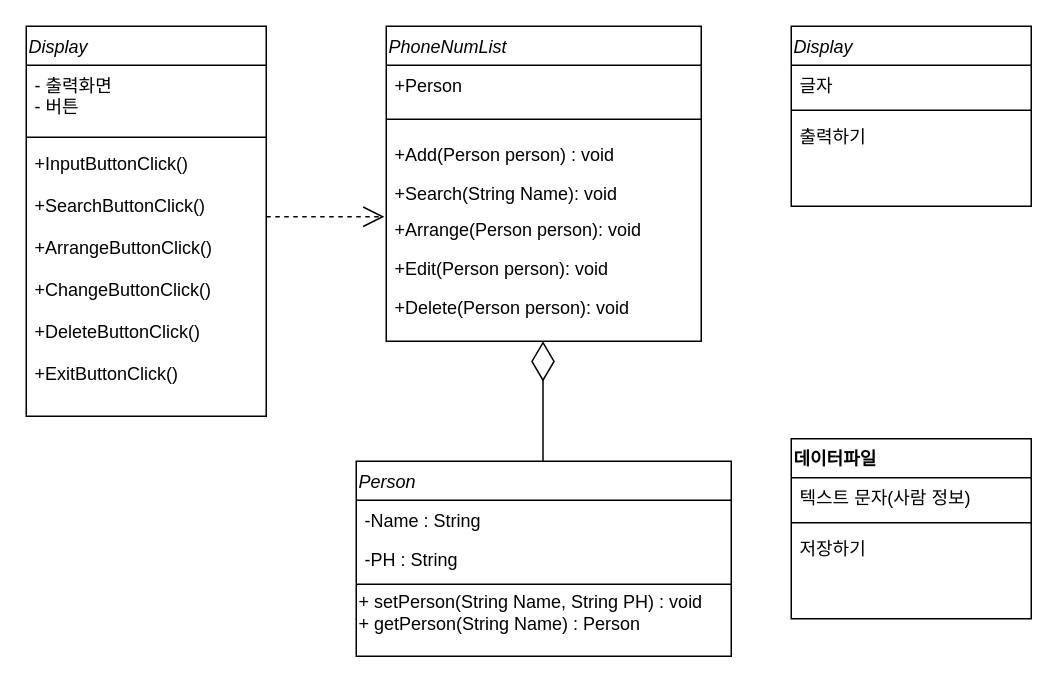
The draw.io diagram 순서도/전화번호부 클래스다이어그램_java.drawio in skatld123/PH_list_java, before the edit. Source tidied: cells renumbered, new cells numbered last; positions are measured from the earlier drawing's top-left corner, leaving out a move shared by most shapes. Both pictures are drawn from the tidied source at 150%, with x=0, y=0 at pixel (26, 26).
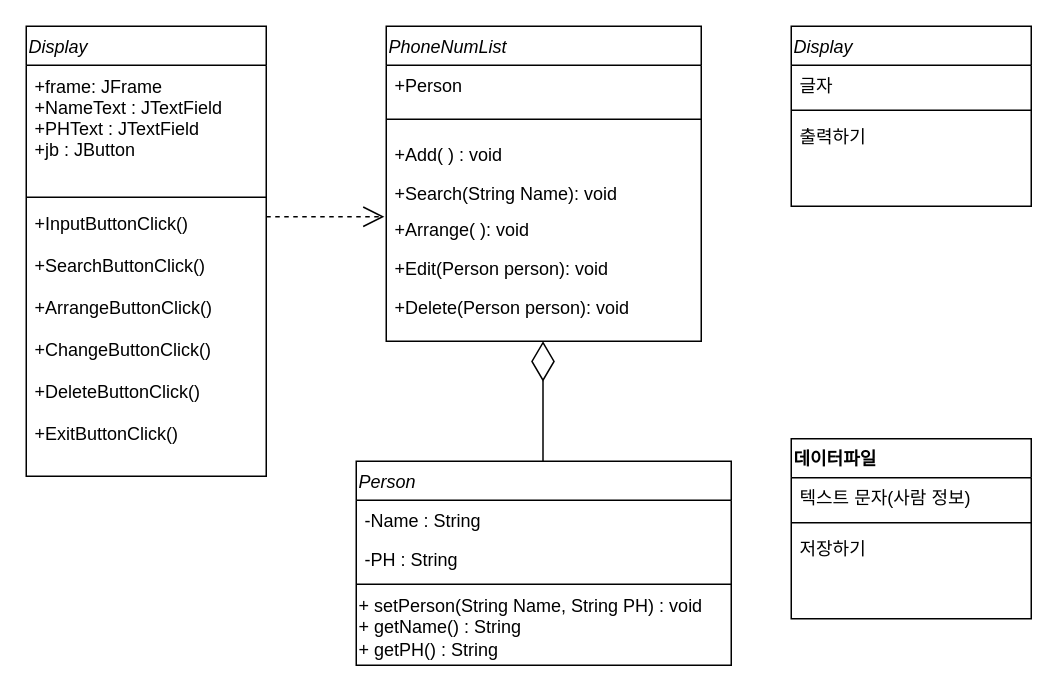
After the change.

Commit message:
전화번호부 클래스다이어그램_java.drawio 업데이트

Unchanged cells that the change refers to:
```xml
<mxCell id="2" value="PhoneNumList" style="swimlane;fontStyle=2;align=left;verticalAlign=top;horizontal=1;startSize=26;rounded=0;shadow=0;strokeWidth=1;" parent="1" vertex="1">
  <mxGeometry x="240" width="210" height="210" as="geometry" />
</mxCell>
```

What changed in the source:
```diff
@@
-    <mxCell id="5" value="+Add(Person person) : void" style="text;strokeColor=none;fillColor=none;align=left;verticalAlign=top;spacingLeft=4;spacingRight=4;overflow=hidden;" parent="2" vertex="1">
+    <mxCell id="5" value="+Add( ) : void" style="text;strokeColor=none;fillColor=none;align=left;verticalAlign=top;spacingLeft=4;spacingRight=4;overflow=hidden;" parent="2" vertex="1">
       <mxGeometry y="72" width="210" height="26" as="geometry" />
     </mxCell>
@@
+    <mxCell id="8" value="+Arrange( ): void" style="text;strokeColor=none;fillColor=none;align=left;verticalAlign=top;spacingLeft=4;spacingRight=4;overflow=hidden;points=[[0,0.5],[1,0.5]];portConstraint=eastwest;" parent="2" vertex="1">
+      <mxGeometry y="122" width="210" height="26" as="geometry" />
+    </mxCell>
@@
-    <mxCell id="8" value="+Arrange(Person person): void" style="text;strokeColor=none;fillColor=none;align=left;verticalAlign=top;spacingLeft=4;spacingRight=4;overflow=hidden;points=[[0,0.5],[1,0.5]];portConstraint=eastwest;" parent="2" vertex="1">
-      <mxGeometry y="122" width="210" height="26" as="geometry" />
-    </mxCell>
@@
     <mxCell id="11" value="Person" style="swimlane;fontStyle=2;align=left;verticalAlign=top;horizontal=1;startSize=26;rounded=0;shadow=0;strokeWidth=1;" parent="1" vertex="1">
-      <mxGeometry x="220" y="290" width="250" height="130" as="geometry" />
+      <mxGeometry x="220" y="290" width="250" height="136" as="geometry" />
     </mxCell>
@@
-    <mxCell id="15" value="+ setPerson(String Name, String PH) : void&lt;br&gt;+ getPerson(String Name) : Person&amp;nbsp;" style="text;html=1;align=left;verticalAlign=middle;" parent="11" vertex="1">
-      <mxGeometry y="86" width="250" height="30" as="geometry" />
+    <mxCell id="15" value="+ setPerson(String Name, String PH) : void&lt;br&gt;+ getName() : String&lt;br&gt;+ getPH() : String" style="text;html=1;align=left;verticalAlign=middle;" parent="11" vertex="1">
+      <mxGeometry y="86" width="250" height="50" as="geometry" />
     </mxCell>
     <mxCell id="16" value="Display" style="swimlane;fontStyle=2;align=left;verticalAlign=top;horizontal=1;startSize=26;" parent="1" vertex="1">
-      <mxGeometry width="160" height="260" as="geometry" />
+      <mxGeometry width="160" height="300" as="geometry" />
     </mxCell>
-    <mxCell id="17" value="- 출력화면&#10;- 버튼" style="text;strokeColor=none;fillColor=none;align=left;verticalAlign=top;spacingLeft=4;spacingRight=4;overflow=hidden;" parent="16" vertex="1">
-      <mxGeometry y="26" width="160" height="44" as="geometry" />
+    <mxCell id="17" value="+frame: JFrame&#10;+NameText : JTextField&#10;+PHText : JTextField&#10;+jb : JButton" style="text;strokeColor=none;fillColor=none;align=left;verticalAlign=top;spacingLeft=4;spacingRight=4;overflow=hidden;spacing=2;spacingTop=1;" parent="16" vertex="1">
+      <mxGeometry y="26" width="160" height="84" as="geometry" />
     </mxCell>
     <mxCell id="18" style="line;strokeWidth=1;fillColor=none;align=left;verticalAlign=middle;spacingTop=-1;spacingLeft=3;spacingRight=3;labelPosition=right;" parent="16" vertex="1">
-      <mxGeometry y="70" width="160" height="8" as="geometry" />
+      <mxGeometry y="110" width="160" height="8" as="geometry" />
     </mxCell>
     <mxCell id="19" value="+InputButtonClick()&#10;&#10;+SearchButtonClick()&#10;&#10;+ArrangeButtonClick()&#10;&#10;+ChangeButtonClick()&#10;&#10;+DeleteButtonClick()&#10;&#10;+ExitButtonClick()" style="text;strokeColor=none;fillColor=none;align=left;verticalAlign=top;spacingLeft=4;spacingRight=4;overflow=hidden;" parent="16" vertex="1">
-      <mxGeometry y="78" width="160" height="182" as="geometry" />
+      <mxGeometry y="118" width="160" height="182" as="geometry" />
     </mxCell>
```
